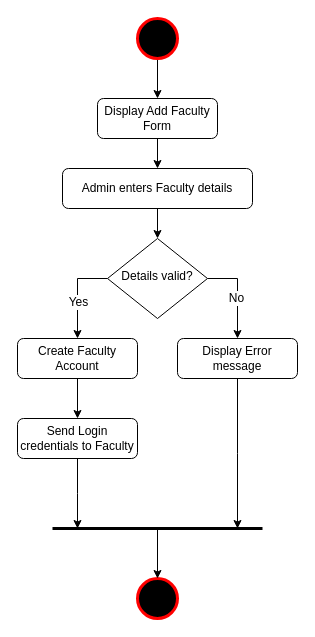
Earlier version of the draw.io diagram page "Add Faculty" (3 of 15) of Activity Diagram.drawio (shamim36/Final-Defence-Diagram). Source tidied: cells renumbered, new cells numbered last; positions are measured from the earlier drawing's top-left corner, leaving out a move shared by most shapes. Both pictures are drawn from the tidied source at 100%, with x=0, y=0 at pixel (17, 18).
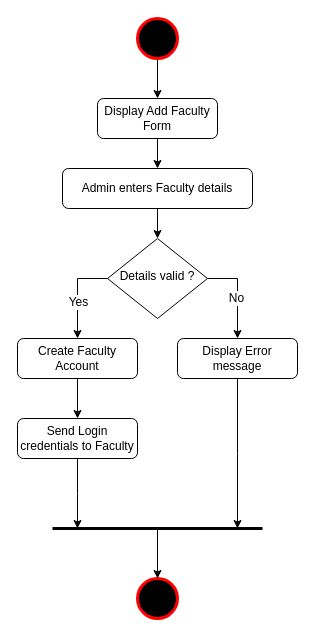
The same diagram, later.

The edit, as a diff of the source:
```diff
@@
-    <mxCell id="8" value="Details valid?" style="rhombus;whiteSpace=wrap;html=1;shadow=0;fontFamily=Helvetica;fontSize=12;align=center;strokeWidth=1;spacing=6;spacingTop=-4;" parent="1" vertex="1">
+    <mxCell id="8" value="Details valid ?" style="rhombus;whiteSpace=wrap;html=1;shadow=0;fontFamily=Helvetica;fontSize=12;align=center;strokeWidth=1;spacing=6;spacingTop=-4;" parent="1" vertex="1">
       <mxGeometry x="90" y="220" width="100" height="80" as="geometry" />
     </mxCell>
```
